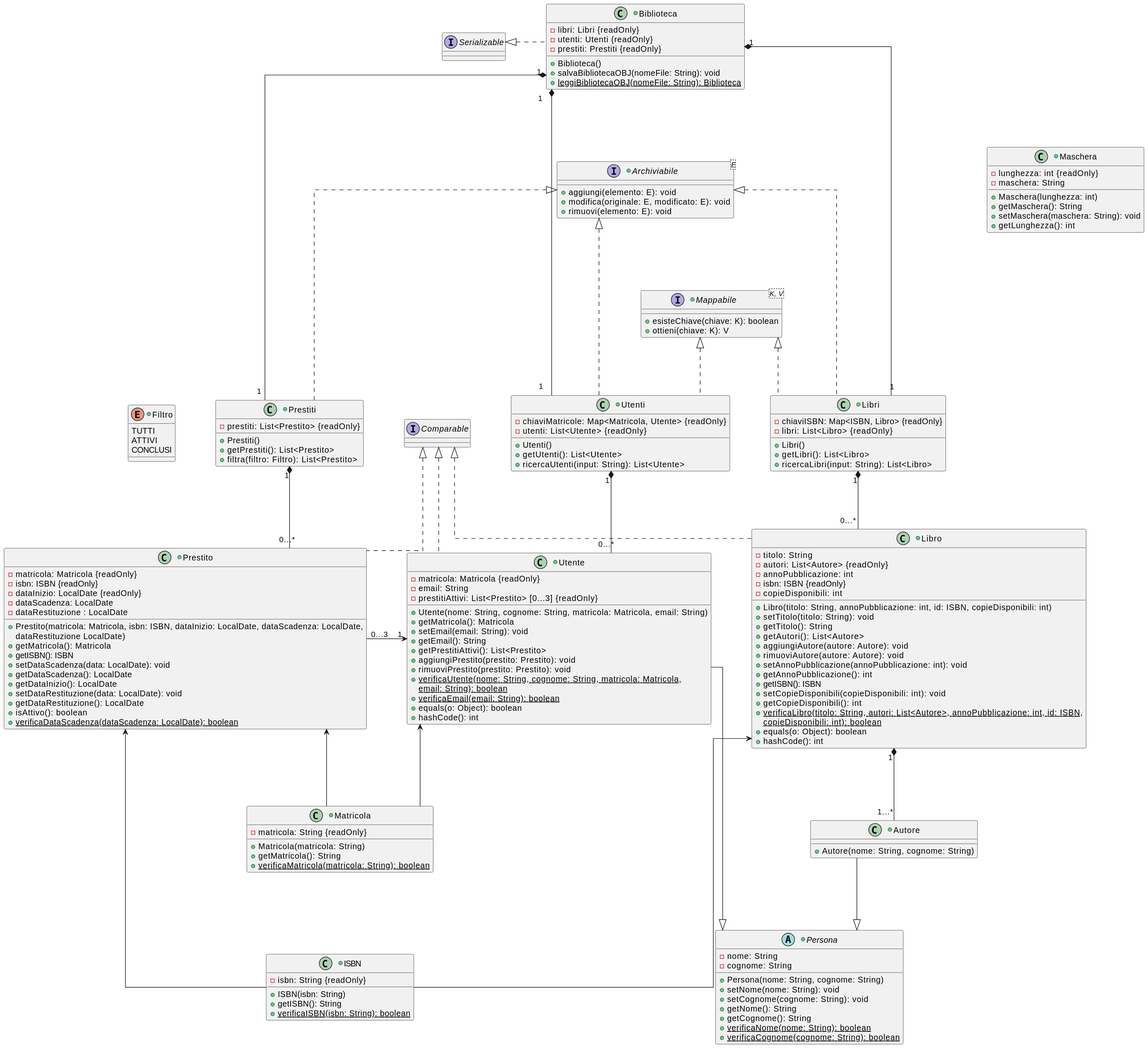
Above: documents/DiagrammiUML/classdiagram.svg in TitanVoid/ProgSE-Biblioteca (PlantUML), before the change.
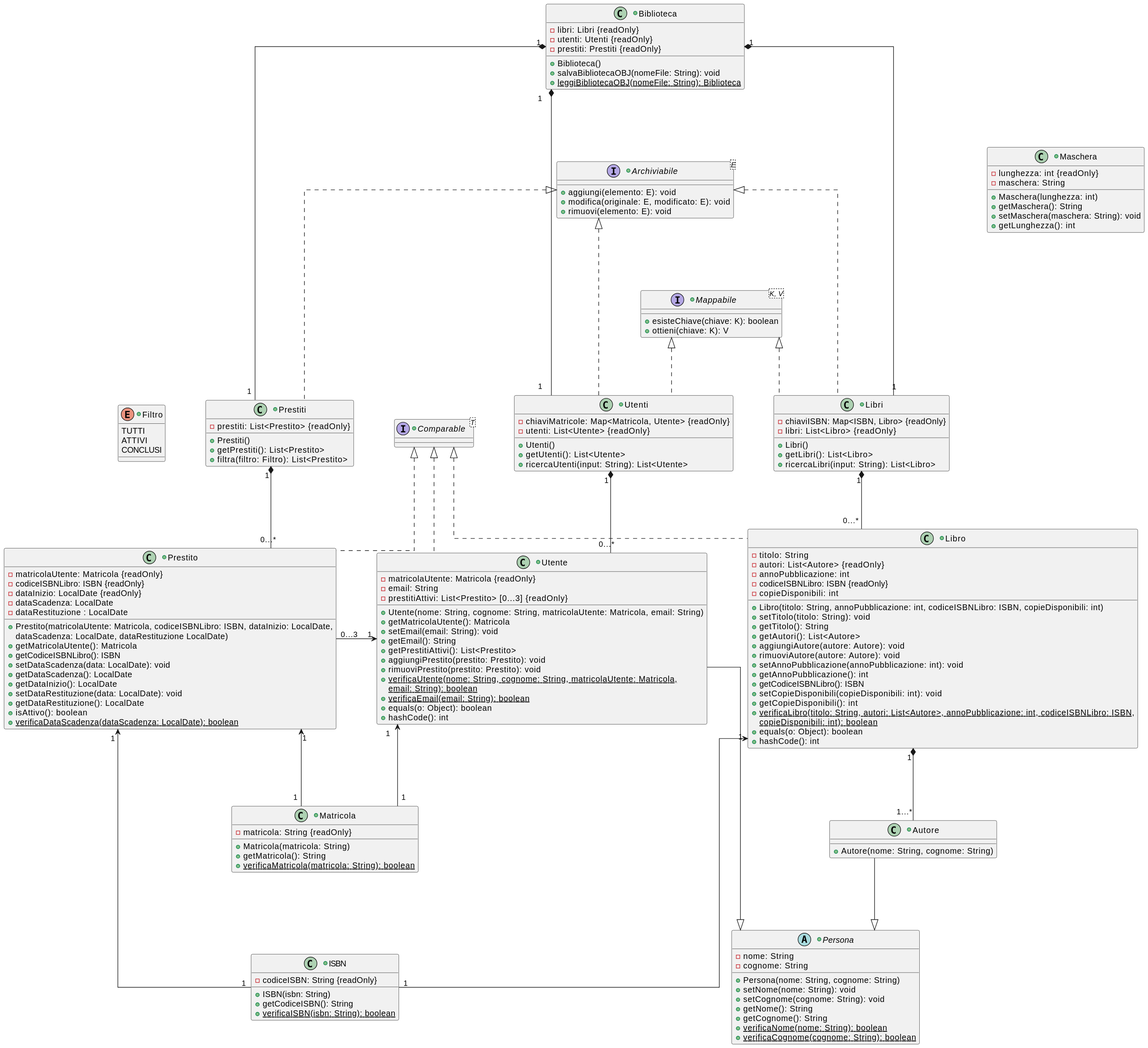
After the commit.

Commit message:
Correzione diagramma delle classi

Diff of the diagram source:
```diff
@@ -13,7 +13,7 @@
 }
 
 
-+class Biblioteca implements Serializable {
++class Biblioteca {
 -libri: Libri {readOnly}
 -utenti: Utenti {readOnly}
 -prestiti: Prestiti {readOnly}
@@ -60,19 +60,19 @@
 }
 
 
-+class Utente implements Comparable {
--matricola: Matricola {readOnly}
++class Utente implements Comparable<T> {
+-matricolaUtente: Matricola {readOnly}
 -email: String
 -prestitiAttivi: List<Prestito> [0...3] {readOnly}
 
-+Utente(nome: String, cognome: String, matricola: Matricola, email: String)
-+getMatricola(): Matricola
++Utente(nome: String, cognome: String, matricolaUtente: Matricola, email: String)
++getMatricolaUtente(): Matricola
 +setEmail(email: String): void
 +getEmail(): String
 +getPrestitiAttivi(): List<Prestito>
 +aggiungiPrestito(prestito: Prestito): void
 +rimuoviPrestito(prestito: Prestito): void
-+verificaUtente(nome: String, cognome: String, matricola: Matricola, {static}
++verificaUtente(nome: String, cognome: String, matricolaUtente: Matricola, {static}
 email: String): boolean {static}
 +verificaEmail(email: String): boolean {static}
 +equals(o: Object): boolean
@@ -80,14 +80,14 @@
 }
 
 
-+class Libro implements Comparable {
++class Libro implements Comparable<T> {
 -titolo: String
 -autori: List<Autore> {readOnly}
 -annoPubblicazione: int
--isbn: ISBN {readOnly}
+-codiceISBNLibro: ISBN {readOnly}
 -copieDisponibili: int
 
-+Libro(titolo: String, annoPubblicazione: int, id: ISBN, copieDisponibili: int)
++Libro(titolo: String, annoPubblicazione: int, codiceISBNLibro: ISBN, copieDisponibili: int)
 +setTitolo(titolo: String): void
 +getTitolo(): String
 +getAutori(): List<Autore>
@@ -95,27 +95,27 @@
 +rimuoviAutore(autore: Autore): void
 +setAnnoPubblicazione(annoPubblicazione: int): void
 +getAnnoPubblicazione(): int
-+getISBN(): ISBN
++getCodiceISBNLibro(): ISBN
 +setCopieDisponibili(copieDisponibili: int): void
 +getCopieDisponibili(): int
-+verificaLibro(titolo: String, autori: List<Autore>, annoPubblicazione: int, id: ISBN, {static}
++verificaLibro(titolo: String, autori: List<Autore>, annoPubblicazione: int, codiceISBNLibro: ISBN, {static}
 copieDisponibili: int): boolean {static}
 +equals(o: Object): boolean
 +hashCode(): int
 }
 
 
-+class Prestito implements Comparable {
--matricola: Matricola {readOnly}
--isbn: ISBN {readOnly}
++class Prestito implements Comparable<T> {
+-matricolaUtente: Matricola {readOnly}
+-codiceISBNLibro: ISBN {readOnly}
 -dataInizio: LocalDate {readOnly}
 -dataScadenza: LocalDate
 -dataRestituzione : LocalDate
 
-+Prestito(matricola: Matricola, isbn: ISBN, dataInizio: LocalDate, dataScadenza: LocalDate,
-dataRestituzione LocalDate)
-+getMatricola(): Matricola
-+getISBN(): ISBN
++Prestito(matricolaUtente: Matricola, codiceISBNLibro: ISBN, dataInizio: LocalDate,
+dataScadenza: LocalDate, dataRestituzione LocalDate)
++getMatricolaUtente(): Matricola
++getCodiceISBNLibro(): ISBN
 +setDataScadenza(data: LocalDate): void
 +getDataScadenza(): LocalDate
 +getDataInizio(): LocalDate
@@ -155,10 +155,10 @@
 
 
 +class ISBN {
--isbn: String {readOnly}
+-codiceISBN: String {readOnly}
 
 +ISBN(isbn: String)
-+getISBN(): String
++getCodiceISBN(): String
 +verificaISBN(isbn: String): boolean {static}
 }
 
@@ -181,12 +181,14 @@
 }
 
 
++interface Comparable<T> {
+}
+
+
 
 
 
 Biblioteca -[hidden]-> Archiviabile
-Biblioteca -[hidden]> Serializable
-
 
 Archiviabile -[hidden]> Mappabile
 
@@ -224,11 +226,11 @@
 Utente -|> Persona
 Autore -down-|> Persona
 
-Libro <-down- ISBN
-Prestito <-down- ISBN
+Libro "1" <-down- "1" ISBN
+Prestito "1" <-down- "1" ISBN
 
-Utente <-- Matricola
-Prestito <-- Matricola
+Utente "1" <-- "1" Matricola
+Prestito "1" <-- "1" Matricola
 
 Mappabile <|.down. Utenti
 Mappabile <|.down. Libri
```
